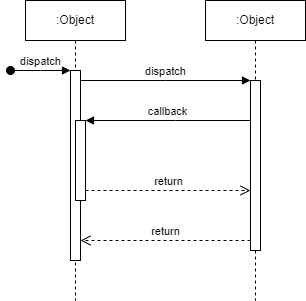
This is SafeEncryptSeqDiag.drawio.png from shilpathota/FlowCharts, a draw.io export, as it was before one commit. Source tidied: cells renumbered, new cells last; positions are measured from the earlier drawing's top-left corner, leaving out a move shared by most shapes.
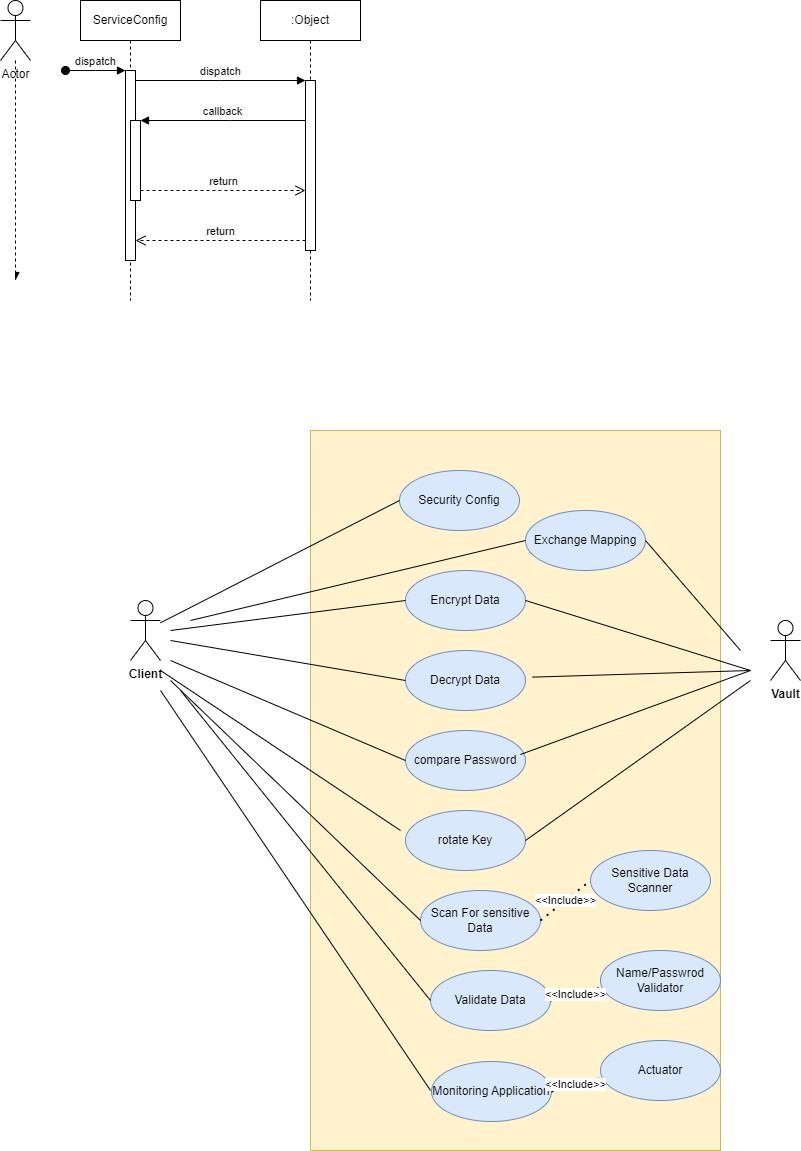
Later version of the same file.

Diff of the diagram source:
```diff
@@ -2,7 +2,10 @@
   <root>
     <mxCell id="0" />
     <mxCell id="1" parent="0" />
+    <mxCell id="12" style="rounded=0;whiteSpace=wrap;html=1;fillColor=#fff2cc;strokeColor=#d6b656;" parent="1" vertex="1">
+      <mxGeometry x="245" y="430" width="410" height="720" as="geometry" />
+    </mxCell>
-    <mxCell id="2" value=":Object" style="shape=umlLifeline;perimeter=lifelinePerimeter;whiteSpace=wrap;html=1;newEdgeStyle={&quot;edgeStyle&quot;:&quot;elbowEdgeStyle&quot;,&quot;elbow&quot;:&quot;vertical&quot;,&quot;curved&quot;:0,&quot;rounded&quot;:0};" parent="1" vertex="1">
+    <mxCell id="2" value="ServiceConfig" style="shape=umlLifeline;perimeter=lifelinePerimeter;whiteSpace=wrap;html=1;newEdgeStyle={&quot;edgeStyle&quot;:&quot;elbowEdgeStyle&quot;,&quot;elbow&quot;:&quot;vertical&quot;,&quot;curved&quot;:0,&quot;rounded&quot;:0};" parent="1" vertex="1">
       <mxGeometry x="15" width="100" height="300" as="geometry" />
     </mxCell>
     <mxCell id="3" style="html=1;points=[];perimeter=orthogonalPerimeter;outlineConnect=0;targetShapes=umlLifeline;portConstraint=eastwest;newEdgeStyle={&quot;edgeStyle&quot;:&quot;elbowEdgeStyle&quot;,&quot;elbow&quot;:&quot;vertical&quot;,&quot;curved&quot;:0,&quot;rounded&quot;:0};" parent="2" vertex="1">
@@ -50,5 +53,134 @@
         </Array>
       </mxGeometry>
     </mxCell>
+    <mxCell id="13" style="edgeStyle=orthogonalEdgeStyle;rounded=0;jettySize=auto;html=1;dashed=1;endArrow=async;endFill=1;" parent="1" edge="1" source="14">
+      <mxGeometry relative="1" as="geometry">
+        <mxPoint x="-50" y="280" as="targetPoint" />
+      </mxGeometry>
+    </mxCell>
+    <mxCell id="14" value="Actor" style="shape=umlActor;verticalLabelPosition=bottom;verticalAlign=top;html=1;outlineConnect=0;" parent="1" vertex="1">
+      <mxGeometry x="-65" width="30" height="60" as="geometry" />
+    </mxCell>
+    <mxCell id="15" value="Security Config" style="ellipse;whiteSpace=wrap;html=1;fillColor=#dae8fc;strokeColor=#6c8ebf;" parent="1" vertex="1">
+      <mxGeometry x="334" y="470" width="120" height="60" as="geometry" />
+    </mxCell>
+    <mxCell id="16" value="Vault" style="shape=umlActor;verticalLabelPosition=bottom;verticalAlign=top;html=1;fontStyle=1;" parent="1" vertex="1">
+      <mxGeometry x="705" y="620" width="30" height="60" as="geometry" />
+    </mxCell>
+    <mxCell id="17" style="endArrow=none;html=1;rounded=0;entryX=0;entryY=0.5;entryDx=0;entryDy=0;" parent="1" edge="1" source="23" target="15">
+      <mxGeometry relative="1" as="geometry" />
+    </mxCell>
+    <mxCell id="18" value="Encrypt Data" style="ellipse;whiteSpace=wrap;html=1;fillColor=#dae8fc;strokeColor=#6c8ebf;" parent="1" vertex="1">
+      <mxGeometry x="340" y="570" width="120" height="60" as="geometry" />
+    </mxCell>
+    <mxCell id="19" value="Decrypt Data" style="ellipse;whiteSpace=wrap;html=1;fillColor=#dae8fc;strokeColor=#6c8ebf;" parent="1" vertex="1">
+      <mxGeometry x="340" y="650" width="120" height="60" as="geometry" />
+    </mxCell>
+    <mxCell id="20" value="compare Password" style="ellipse;whiteSpace=wrap;html=1;fillColor=#dae8fc;strokeColor=#6c8ebf;" parent="1" vertex="1">
+      <mxGeometry x="340" y="730" width="120" height="60" as="geometry" />
+    </mxCell>
+    <mxCell id="21" value="rotate Key" style="ellipse;whiteSpace=wrap;html=1;fillColor=#dae8fc;strokeColor=#6c8ebf;" parent="1" vertex="1">
+      <mxGeometry x="340" y="810" width="120" height="60" as="geometry" />
+    </mxCell>
+    <mxCell id="22" style="endArrow=none;html=1;rounded=0;exitX=1;exitY=0.5;exitDx=0;exitDy=0;" parent="1" edge="1" source="21">
+      <mxGeometry relative="1" as="geometry">
+        <mxPoint x="685" y="680" as="targetPoint" />
+      </mxGeometry>
+    </mxCell>
+    <mxCell id="23" value="Client" style="shape=umlActor;verticalLabelPosition=bottom;verticalAlign=top;html=1;outlineConnect=0;fontStyle=1;" parent="1" vertex="1">
+      <mxGeometry x="65" y="600" width="30" height="60" as="geometry" />
+    </mxCell>
+    <mxCell id="24" style="endArrow=none;html=1;rounded=0;exitX=1;exitY=0.5;exitDx=0;exitDy=0;" parent="1" edge="1" source="18">
+      <mxGeometry relative="1" as="geometry">
+        <mxPoint x="685" y="670" as="targetPoint" />
+      </mxGeometry>
+    </mxCell>
+    <mxCell id="25" style="endArrow=none;html=1;rounded=0;exitX=1.058;exitY=0.444;exitDx=0;exitDy=0;exitPerimeter=0;" parent="1" edge="1" source="19">
+      <mxGeometry relative="1" as="geometry">
+        <mxPoint x="685" y="670" as="targetPoint" />
+      </mxGeometry>
+    </mxCell>
+    <mxCell id="26" value="Scan For sensitive Data" style="ellipse;whiteSpace=wrap;html=1;fillColor=#dae8fc;strokeColor=#6c8ebf;" parent="1" vertex="1">
+      <mxGeometry x="355" y="890" width="120" height="60" as="geometry" />
+    </mxCell>
+    <mxCell id="27" value="Sensitive Data Scanner" style="ellipse;whiteSpace=wrap;html=1;fillColor=#dae8fc;strokeColor=#6c8ebf;" parent="1" vertex="1">
+      <mxGeometry x="525" y="850" width="120" height="60" as="geometry" />
+    </mxCell>
+    <mxCell id="28" value="Validate Data" style="ellipse;whiteSpace=wrap;html=1;fillColor=#dae8fc;strokeColor=#6c8ebf;" parent="1" vertex="1">
+      <mxGeometry x="365" y="970" width="120" height="60" as="geometry" />
+    </mxCell>
+    <mxCell id="29" value="Name/Passwrod Validator" style="ellipse;whiteSpace=wrap;html=1;fillColor=#dae8fc;strokeColor=#6c8ebf;" parent="1" vertex="1">
+      <mxGeometry x="535" y="950" width="120" height="60" as="geometry" />
+    </mxCell>
+    <mxCell id="30" value="&amp;lt;&amp;lt;Include&amp;gt;&amp;gt;" style="endArrow=none;dashed=1;html=1;dashPattern=1 3;strokeWidth=2;rounded=0;exitX=1;exitY=0.5;exitDx=0;exitDy=0;entryX=0;entryY=0.622;entryDx=0;entryDy=0;entryPerimeter=0;" parent="1" edge="1" source="28" target="29">
+      <mxGeometry relative="1" as="geometry" />
+    </mxCell>
+    <mxCell id="31" value="&amp;lt;&amp;lt;Include&amp;gt;&amp;gt;" style="endArrow=none;dashed=1;html=1;dashPattern=1 3;strokeWidth=2;rounded=0;exitX=1;exitY=0.5;exitDx=0;exitDy=0;entryX=0;entryY=0.5;entryDx=0;entryDy=0;" parent="1" edge="1" source="26" target="27">
+      <mxGeometry relative="1" as="geometry" />
+    </mxCell>
+    <mxCell id="32" value="Monitoring Application" style="ellipse;whiteSpace=wrap;html=1;fillColor=#dae8fc;strokeColor=#6c8ebf;" parent="1" vertex="1">
+      <mxGeometry x="366" y="1061" width="120" height="60" as="geometry" />
+    </mxCell>
+    <mxCell id="33" value="Actuator" style="ellipse;whiteSpace=wrap;html=1;fillColor=#dae8fc;strokeColor=#6c8ebf;" parent="1" vertex="1">
+      <mxGeometry x="535" y="1040" width="120" height="60" as="geometry" />
+    </mxCell>
+    <mxCell id="34" value="&amp;lt;&amp;lt;Include&amp;gt;&amp;gt;" style="endArrow=none;dashed=1;html=1;dashPattern=1 3;strokeWidth=2;rounded=0;exitX=1;exitY=0.5;exitDx=0;exitDy=0;entryX=-0.011;entryY=0.633;entryDx=0;entryDy=0;entryPerimeter=0;" parent="1" edge="1" source="32" target="33">
+      <mxGeometry relative="1" as="geometry" />
+    </mxCell>
+    <mxCell id="35" value="Exchange Mapping" style="ellipse;whiteSpace=wrap;html=1;fillColor=#dae8fc;strokeColor=#6c8ebf;" parent="1" vertex="1">
+      <mxGeometry x="460" y="510" width="120" height="60" as="geometry" />
+    </mxCell>
+    <mxCell id="36" style="endArrow=none;html=1;rounded=0;entryX=0;entryY=0.5;entryDx=0;entryDy=0;" parent="1" edge="1" target="18">
+      <mxGeometry relative="1" as="geometry">
+        <mxPoint x="105" y="630" as="sourcePoint" />
+      </mxGeometry>
+    </mxCell>
+    <mxCell id="37" style="endArrow=none;html=1;rounded=0;entryX=0;entryY=0.5;entryDx=0;entryDy=0;" parent="1" edge="1" target="19">
+      <mxGeometry relative="1" as="geometry">
+        <mxPoint x="105" y="640" as="sourcePoint" />
+      </mxGeometry>
+    </mxCell>
+    <mxCell id="38" style="endArrow=none;html=1;rounded=0;entryX=0;entryY=0.5;entryDx=0;entryDy=0;" parent="1" edge="1" target="20">
+      <mxGeometry relative="1" as="geometry">
+        <mxPoint x="105" y="660" as="sourcePoint" />
+      </mxGeometry>
+    </mxCell>
+    <mxCell id="39" style="endArrow=none;html=1;rounded=0;" parent="1" edge="1">
+      <mxGeometry relative="1" as="geometry">
+        <mxPoint x="95" y="670" as="sourcePoint" />
+        <mxPoint x="335" y="830" as="targetPoint" />
+      </mxGeometry>
+    </mxCell>
+    <mxCell id="40" style="endArrow=none;html=1;rounded=0;entryX=0;entryY=0.5;entryDx=0;entryDy=0;" parent="1" edge="1" target="35">
+      <mxGeometry relative="1" as="geometry">
+        <mxPoint x="125" y="620" as="sourcePoint" />
+      </mxGeometry>
+    </mxCell>
+    <mxCell id="41" style="endArrow=none;html=1;rounded=0;entryX=0;entryY=0.5;entryDx=0;entryDy=0;" parent="1" edge="1" target="26">
+      <mxGeometry relative="1" as="geometry">
+        <mxPoint x="105" y="680" as="sourcePoint" />
+      </mxGeometry>
+    </mxCell>
+    <mxCell id="42" style="endArrow=none;html=1;rounded=0;entryX=0;entryY=0.5;entryDx=0;entryDy=0;" parent="1" edge="1" target="28">
+      <mxGeometry relative="1" as="geometry">
+        <mxPoint x="115" y="690" as="sourcePoint" />
+      </mxGeometry>
+    </mxCell>
+    <mxCell id="43" style="endArrow=none;html=1;rounded=0;" parent="1" edge="1">
+      <mxGeometry relative="1" as="geometry">
+        <mxPoint x="95" y="690" as="sourcePoint" />
+        <mxPoint x="365" y="1090" as="targetPoint" />
+      </mxGeometry>
+    </mxCell>
+    <mxCell id="44" style="endArrow=none;html=1;rounded=0;exitX=1;exitY=0.5;exitDx=0;exitDy=0;" parent="1" edge="1" source="35">
+      <mxGeometry relative="1" as="geometry">
+        <mxPoint x="675" y="650" as="targetPoint" />
+      </mxGeometry>
+    </mxCell>
+    <mxCell id="45" style="endArrow=none;html=1;rounded=0;exitX=0.958;exitY=0.4;exitDx=0;exitDy=0;exitPerimeter=0;" parent="1" edge="1" source="20">
+      <mxGeometry relative="1" as="geometry">
+        <mxPoint x="685" y="670" as="targetPoint" />
+      </mxGeometry>
+    </mxCell>
   </root>
 </mxGraphModel>
```
